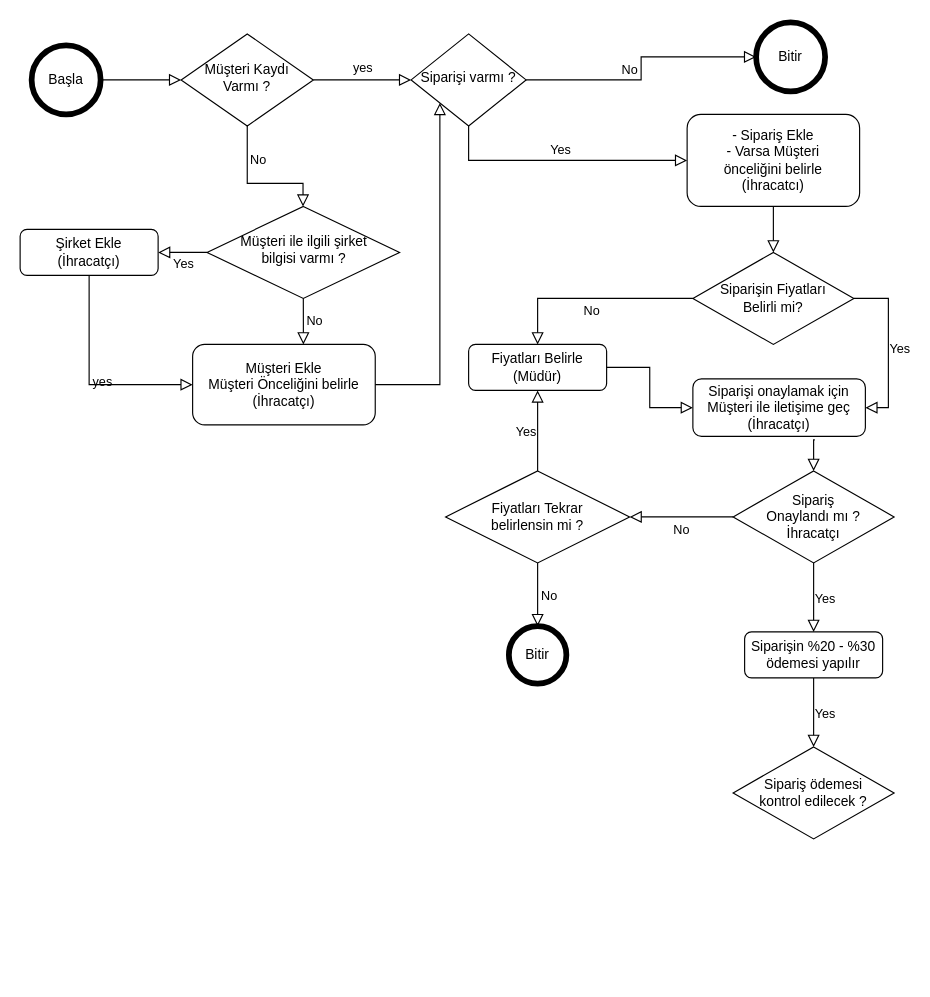
viacelal/akisdiagrami keeps this draw.io diagram as akisdiyagrami.drawio. Above is the earlier version. Source tidied: cells renumbered, new cells numbered last; positions are measured from the earlier drawing's top-left corner, leaving out a move shared by most shapes. Both pictures are drawn from the tidied source at 115%, with x=0, y=0 at pixel (20, 22).
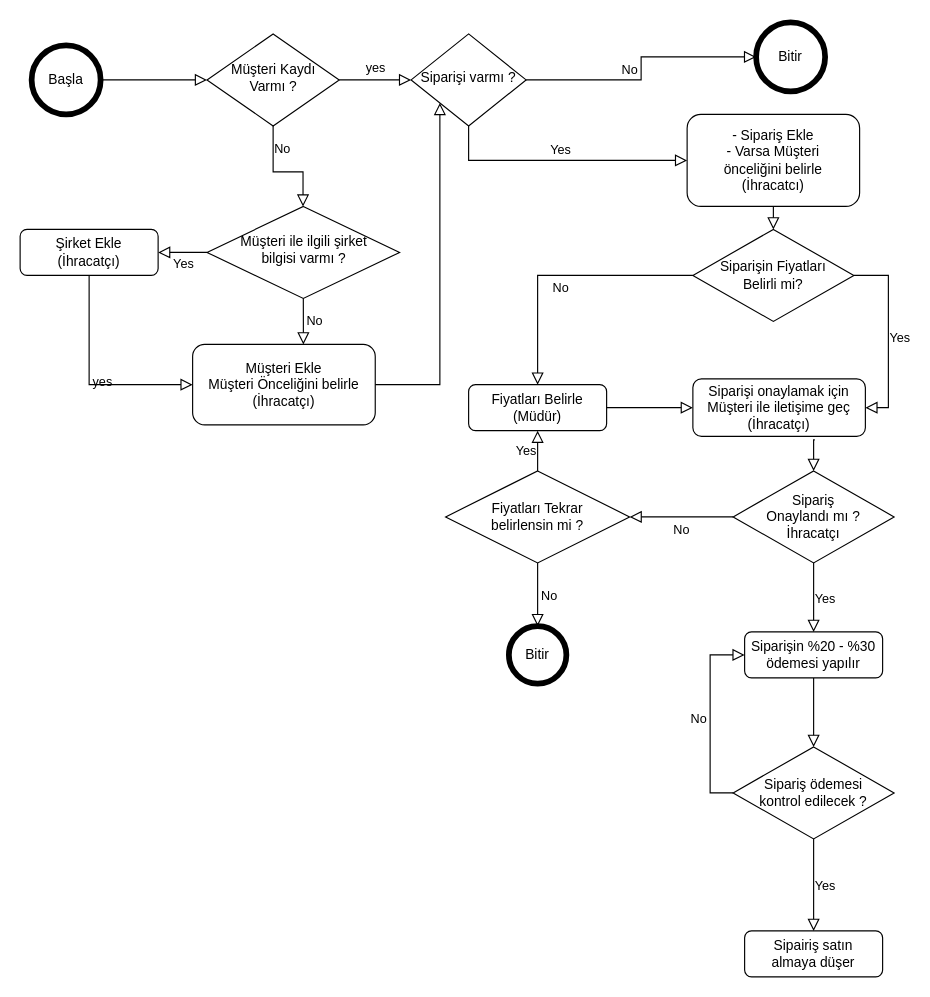
The same diagram, later.

The change refers to these unchanged cells:
```xml
<mxCell id="4" value="Müşteri ile ilgili şirket &lt;br&gt;bilgisi varmı ?" style="rhombus;whiteSpace=wrap;html=1;shadow=0;fontFamily=Helvetica;fontSize=12;align=center;strokeWidth=1;spacing=6;spacingTop=-4;" parent="1" vertex="1">
  <mxGeometry x="162.5" y="160" width="167.5" height="80" as="geometry" />
</mxCell>
<mxCell id="34" value="Siparişin %20 - %30 ödemesi yapılır" style="rounded=1;whiteSpace=wrap;html=1;fontSize=12;glass=0;strokeWidth=1;shadow=0;" parent="1" vertex="1">
  <mxGeometry x="630" y="530" width="120" height="40" as="geometry" />
</mxCell>
<mxCell id="35" value="Sipariş ödemesi &lt;br&gt;kontrol edilecek ?" style="rhombus;whiteSpace=wrap;html=1;" parent="1" vertex="1">
  <mxGeometry x="620" y="630" width="140" height="80" as="geometry" />
</mxCell>
```

The edit, as a diff of the source:
```diff
@@
     <mxCell id="7" value="Müşteri Kaydı&lt;br&gt; Varmı ?" style="rhombus;whiteSpace=wrap;html=1;shadow=0;fontFamily=Helvetica;fontSize=12;align=center;strokeWidth=1;spacing=6;spacingTop=-4;" parent="1" vertex="1">
-      <mxGeometry x="140" y="10" width="115" height="80" as="geometry" />
+      <mxGeometry x="162.5" y="10" width="115" height="80" as="geometry" />
     </mxCell>
@@
     <mxCell id="10" value="No" style="rounded=0;html=1;jettySize=auto;fontSize=11;endArrow=block;endFill=0;endSize=8;strokeWidth=1;shadow=0;labelBackgroundColor=none;edgeStyle=orthogonalEdgeStyle;exitX=0.5;exitY=1;exitDx=0;exitDy=0;" parent="1" edge="1" source="7" target="4">
       <mxGeometry y="20" relative="1" as="geometry">
         <Array as="points">
-          <mxPoint x="198" y="140" />
-          <mxPoint x="246" y="140" />
+          <mxPoint x="220" y="130" />
+          <mxPoint x="246" y="130" />
         </Array>
       </mxGeometry>
     </mxCell>
@@
     <mxCell id="17" value="Siparişin Fiyatları &lt;br&gt;Belirli mi?" style="rhombus;whiteSpace=wrap;html=1;" parent="1" vertex="1">
-      <mxGeometry x="585" y="200" width="140" height="80" as="geometry" />
+      <mxGeometry x="585" y="180" width="140" height="80" as="geometry" />
     </mxCell>
@@
     <mxCell id="19" value="Fiyatları Belirle&lt;br&gt;(Müdür)" style="rounded=1;whiteSpace=wrap;html=1;fontSize=12;glass=0;strokeWidth=1;shadow=0;" parent="1" vertex="1">
-      <mxGeometry x="390" y="280" width="120" height="40" as="geometry" />
+      <mxGeometry x="390" y="315" width="120" height="40" as="geometry" />
     </mxCell>
@@
-    <mxCell id="36" value="Yes" style="edgeStyle=orthogonalEdgeStyle;rounded=0;html=1;jettySize=auto;fontSize=11;endArrow=block;endFill=0;endSize=8;strokeWidth=1;shadow=0;labelBackgroundColor=none;exitX=0.5;exitY=1;exitDx=0;exitDy=0;" parent="1" edge="1" source="34" target="35">
+    <mxCell id="36" style="edgeStyle=orthogonalEdgeStyle;rounded=0;html=1;jettySize=auto;fontSize=11;endArrow=block;endFill=0;endSize=8;strokeWidth=1;shadow=0;labelBackgroundColor=none;exitX=0.5;exitY=1;exitDx=0;exitDy=0;" parent="1" edge="1" source="34" target="35">
       <mxGeometry y="10" relative="1" as="geometry">
         <mxPoint y="1" as="offset" />
       </mxGeometry>
     </mxCell>
+    <mxCell id="37" value="No" style="edgeStyle=orthogonalEdgeStyle;rounded=0;html=1;jettySize=auto;fontSize=11;endArrow=block;endFill=0;endSize=8;strokeWidth=1;shadow=0;labelBackgroundColor=none;exitX=0;exitY=0.5;exitDx=0;exitDy=0;entryX=0;entryY=0.5;entryDx=0;entryDy=0;" parent="1" edge="1" source="35" target="34">
+      <mxGeometry y="10" relative="1" as="geometry">
+        <mxPoint y="1" as="offset" />
+      </mxGeometry>
+    </mxCell>
+    <mxCell id="38" value="Yes" style="edgeStyle=orthogonalEdgeStyle;rounded=0;html=1;jettySize=auto;fontSize=11;endArrow=block;endFill=0;endSize=8;strokeWidth=1;shadow=0;labelBackgroundColor=none;exitX=0.5;exitY=1;exitDx=0;exitDy=0;entryX=0.5;entryY=0;entryDx=0;entryDy=0;" parent="1" edge="1" source="35" target="39">
+      <mxGeometry y="10" relative="1" as="geometry">
+        <mxPoint y="1" as="offset" />
+      </mxGeometry>
+    </mxCell>
+    <mxCell id="39" value="Sipairiş satın &lt;br&gt;almaya düşer" style="rounded=1;whiteSpace=wrap;html=1;fontSize=12;glass=0;strokeWidth=1;shadow=0;" parent="1" vertex="1">
+      <mxGeometry x="630" y="790" width="120" height="40" as="geometry" />
+    </mxCell>
```
